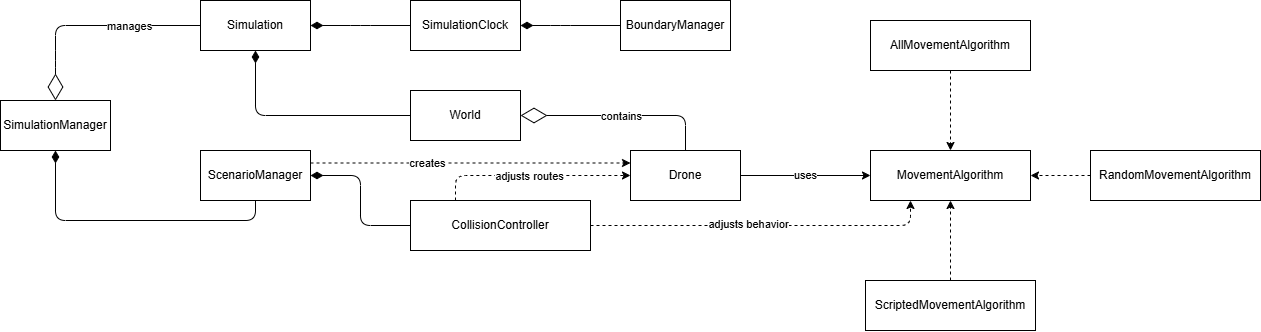
jsfmu/drone-swarm-simulator keeps this draw.io diagram as designs/simulation_ai_domain.drawio.png. Above is the earlier version. Source tidied: cells renumbered, new cells last; positions are measured from the earlier drawing's top-left corner, leaving out a move shared by most shapes. Its diagram source:
```xml
<mxGraphModel>
  <root>
    <mxCell id="0" />
    <mxCell id="1" parent="0" />
    <mxCell id="2" value="SimulationManager" style="html=1;whiteSpace=wrap;" parent="1" vertex="1">
      <mxGeometry y="100" width="110" height="50" as="geometry" />
    </mxCell>
    <mxCell id="3" value="Simulation" style="html=1;whiteSpace=wrap;" parent="1" vertex="1">
      <mxGeometry x="200" width="110" height="50" as="geometry" />
    </mxCell>
    <mxCell id="4" value="ScenarioManager" style="html=1;whiteSpace=wrap;" parent="1" vertex="1">
      <mxGeometry x="200" y="150" width="110" height="50" as="geometry" />
    </mxCell>
    <mxCell id="5" value="SimulationClock" style="html=1;whiteSpace=wrap;" parent="1" vertex="1">
      <mxGeometry x="410" width="110" height="50" as="geometry" />
    </mxCell>
    <mxCell id="6" value="World" style="html=1;whiteSpace=wrap;" parent="1" vertex="1">
      <mxGeometry x="410" y="90" width="110" height="50" as="geometry" />
    </mxCell>
    <mxCell id="7" value="CollisionController" style="html=1;whiteSpace=wrap;" parent="1" vertex="1">
      <mxGeometry x="410" y="200" width="180" height="50" as="geometry" />
    </mxCell>
    <mxCell id="8" value="BoundaryManager" style="html=1;whiteSpace=wrap;" parent="1" vertex="1">
      <mxGeometry x="620" width="110" height="50" as="geometry" />
    </mxCell>
    <mxCell id="9" style="html=1;startArrow=diamondThin;startFill=1;edgeStyle=elbowEdgeStyle;elbow=horizontal;startSize=10;endArrow=none;endFill=0;entryX=0.5;entryY=1;entryDx=0;entryDy=0;exitX=0.5;exitY=1;exitDx=0;exitDy=0;" parent="1" edge="1" source="2" target="4">
      <mxGeometry relative="1" as="geometry">
        <Array as="points">
          <mxPoint x="160" y="220" />
        </Array>
      </mxGeometry>
    </mxCell>
    <mxCell id="10" style="endArrow=diamondThin;endFill=0;endSize=24;html=1;exitX=0;exitY=0.5;exitDx=0;exitDy=0;entryX=0.5;entryY=0;entryDx=0;entryDy=0;" parent="1" edge="1" source="3" target="2">
      <mxGeometry relative="1" as="geometry">
        <Array as="points">
          <mxPoint x="55" y="25" />
          <mxPoint x="55" y="60" />
        </Array>
      </mxGeometry>
    </mxCell>
    <mxCell id="11" value="manages" style="edgeLabel;html=1;align=center;verticalAlign=middle;" parent="10" vertex="1">
      <mxGeometry x="-0.03" relative="1" as="geometry">
        <mxPoint x="34" as="offset" />
      </mxGeometry>
    </mxCell>
    <mxCell id="12" style="html=1;startArrow=diamondThin;startFill=1;edgeStyle=elbowEdgeStyle;elbow=horizontal;startSize=10;endArrow=none;endFill=0;entryX=0;entryY=0.5;entryDx=0;entryDy=0;exitX=1;exitY=0.5;exitDx=0;exitDy=0;" parent="1" edge="1" source="3" target="5">
      <mxGeometry relative="1" as="geometry">
        <Array as="points">
          <mxPoint x="360" y="30" />
        </Array>
      </mxGeometry>
    </mxCell>
    <mxCell id="13" style="html=1;startArrow=diamondThin;startFill=1;edgeStyle=elbowEdgeStyle;elbow=horizontal;startSize=10;endArrow=none;endFill=0;entryX=0;entryY=0.5;entryDx=0;entryDy=0;exitX=0.5;exitY=1;exitDx=0;exitDy=0;" parent="1" edge="1" source="3" target="6">
      <mxGeometry relative="1" as="geometry">
        <Array as="points">
          <mxPoint x="255" y="80" />
        </Array>
      </mxGeometry>
    </mxCell>
    <mxCell id="14" style="html=1;startArrow=diamondThin;startFill=1;edgeStyle=elbowEdgeStyle;elbow=horizontal;startSize=10;endArrow=none;endFill=0;entryX=0;entryY=0.5;entryDx=0;entryDy=0;exitX=1;exitY=0.5;exitDx=0;exitDy=0;" parent="1" edge="1" source="4" target="7">
      <mxGeometry relative="1" as="geometry">
        <Array as="points">
          <mxPoint x="360" y="190" />
        </Array>
      </mxGeometry>
    </mxCell>
    <mxCell id="15" style="html=1;startArrow=diamondThin;startFill=1;edgeStyle=elbowEdgeStyle;elbow=horizontal;startSize=10;endArrow=none;endFill=0;entryX=0;entryY=0.5;entryDx=0;entryDy=0;exitX=1;exitY=0.5;exitDx=0;exitDy=0;" parent="1" edge="1" source="5" target="8">
      <mxGeometry relative="1" as="geometry">
        <Array as="points">
          <mxPoint x="560" y="50" />
        </Array>
      </mxGeometry>
    </mxCell>
    <mxCell id="16" value="uses" style="edgeStyle=none;html=1;exitX=1;exitY=0.5;exitDx=0;exitDy=0;entryX=0;entryY=0.5;entryDx=0;entryDy=0;" parent="1" edge="1" source="17" target="24">
      <mxGeometry relative="1" as="geometry" />
    </mxCell>
    <mxCell id="17" value="Drone" style="html=1;whiteSpace=wrap;" parent="1" vertex="1">
      <mxGeometry x="630" y="150" width="110" height="50" as="geometry" />
    </mxCell>
    <mxCell id="18" style="endArrow=diamondThin;endFill=0;endSize=24;html=1;exitX=0.5;exitY=0;exitDx=0;exitDy=0;entryX=1;entryY=0.5;entryDx=0;entryDy=0;" parent="1" edge="1" source="17" target="6">
      <mxGeometry relative="1" as="geometry">
        <Array as="points">
          <mxPoint x="685" y="115" />
        </Array>
      </mxGeometry>
    </mxCell>
    <mxCell id="19" value="contains" style="edgeLabel;html=1;align=center;verticalAlign=middle;" parent="18" vertex="1">
      <mxGeometry x="0.05" y="-3" relative="1" as="geometry">
        <mxPoint x="5" y="3" as="offset" />
      </mxGeometry>
    </mxCell>
    <mxCell id="20" style="html=1;labelBackgroundColor=#ffffff;startArrow=none;startFill=0;startSize=6;endArrow=classic;endFill=1;endSize=6;jettySize=auto;strokeWidth=1;dashed=1;fontSize=14;exitX=1;exitY=0.25;exitDx=0;exitDy=0;entryX=0;entryY=0.25;entryDx=0;entryDy=0;" parent="1" edge="1" source="4" target="17">
      <mxGeometry relative="1" as="geometry" />
    </mxCell>
    <mxCell id="21" value="creates" style="edgeLabel;html=1;align=center;verticalAlign=middle;" parent="20" vertex="1">
      <mxGeometry x="-0.32" y="4" relative="1" as="geometry">
        <mxPoint x="8" y="4" as="offset" />
      </mxGeometry>
    </mxCell>
    <mxCell id="22" style="html=1;labelBackgroundColor=#ffffff;startArrow=none;startFill=0;startSize=6;endArrow=classic;endFill=1;endSize=6;jettySize=auto;strokeWidth=1;dashed=1;fontSize=14;exitX=0.25;exitY=0;exitDx=0;exitDy=0;entryX=0;entryY=0.5;entryDx=0;entryDy=0;" parent="1" edge="1" source="7" target="17">
      <mxGeometry relative="1" as="geometry">
        <Array as="points">
          <mxPoint x="455" y="175" />
        </Array>
      </mxGeometry>
    </mxCell>
    <mxCell id="23" value="adjusts routes" style="edgeLabel;html=1;align=center;verticalAlign=middle;" parent="22" vertex="1">
      <mxGeometry x="-0.01" relative="1" as="geometry" />
    </mxCell>
    <mxCell id="24" value="MovementAlgorithm" style="html=1;whiteSpace=wrap;" parent="1" vertex="1">
      <mxGeometry x="870" y="150" width="160" height="50" as="geometry" />
    </mxCell>
    <mxCell id="25" value="AllMovementAlgorithm" style="html=1;whiteSpace=wrap;" parent="1" vertex="1">
      <mxGeometry x="870" y="20" width="160" height="50" as="geometry" />
    </mxCell>
    <mxCell id="26" value="RandomMovementAlgorithm" style="html=1;whiteSpace=wrap;" parent="1" vertex="1">
      <mxGeometry x="1090" y="150" width="170" height="50" as="geometry" />
    </mxCell>
    <mxCell id="27" value="ScriptedMovementAlgorithm" style="html=1;whiteSpace=wrap;" parent="1" vertex="1">
      <mxGeometry x="865" y="280" width="170" height="50" as="geometry" />
    </mxCell>
    <mxCell id="28" style="html=1;labelBackgroundColor=#ffffff;startArrow=none;startFill=0;startSize=6;endArrow=classic;endFill=1;endSize=6;jettySize=auto;strokeWidth=1;dashed=1;fontSize=14;exitX=0.5;exitY=1;exitDx=0;exitDy=0;entryX=0.5;entryY=0;entryDx=0;entryDy=0;" parent="1" edge="1" source="25" target="24">
      <mxGeometry relative="1" as="geometry" />
    </mxCell>
    <mxCell id="29" style="html=1;labelBackgroundColor=#ffffff;startArrow=none;startFill=0;startSize=6;endArrow=classic;endFill=1;endSize=6;jettySize=auto;strokeWidth=1;dashed=1;fontSize=14;exitX=0;exitY=0.5;exitDx=0;exitDy=0;entryX=1;entryY=0.5;entryDx=0;entryDy=0;" parent="1" edge="1" source="26" target="24">
      <mxGeometry relative="1" as="geometry" />
    </mxCell>
    <mxCell id="30" style="html=1;labelBackgroundColor=#ffffff;startArrow=none;startFill=0;startSize=6;endArrow=classic;endFill=1;endSize=6;jettySize=auto;strokeWidth=1;dashed=1;fontSize=14;exitX=0.5;exitY=0;exitDx=0;exitDy=0;entryX=0.5;entryY=1;entryDx=0;entryDy=0;" parent="1" edge="1" source="27" target="24">
      <mxGeometry relative="1" as="geometry" />
    </mxCell>
    <mxCell id="31" style="html=1;labelBackgroundColor=#ffffff;startArrow=none;startFill=0;startSize=6;endArrow=classic;endFill=1;endSize=6;jettySize=auto;strokeWidth=1;dashed=1;fontSize=14;exitX=1;exitY=0.5;exitDx=0;exitDy=0;entryX=0.25;entryY=1;entryDx=0;entryDy=0;" parent="1" edge="1" source="7" target="24">
      <mxGeometry relative="1" as="geometry">
        <Array as="points">
          <mxPoint x="910" y="225" />
        </Array>
      </mxGeometry>
    </mxCell>
    <mxCell id="32" value="adjusts behavior" style="edgeLabel;html=1;align=center;verticalAlign=middle;" parent="31" vertex="1">
      <mxGeometry x="-0.08" y="2" relative="1" as="geometry" />
    </mxCell>
  </root>
</mxGraphModel>
```
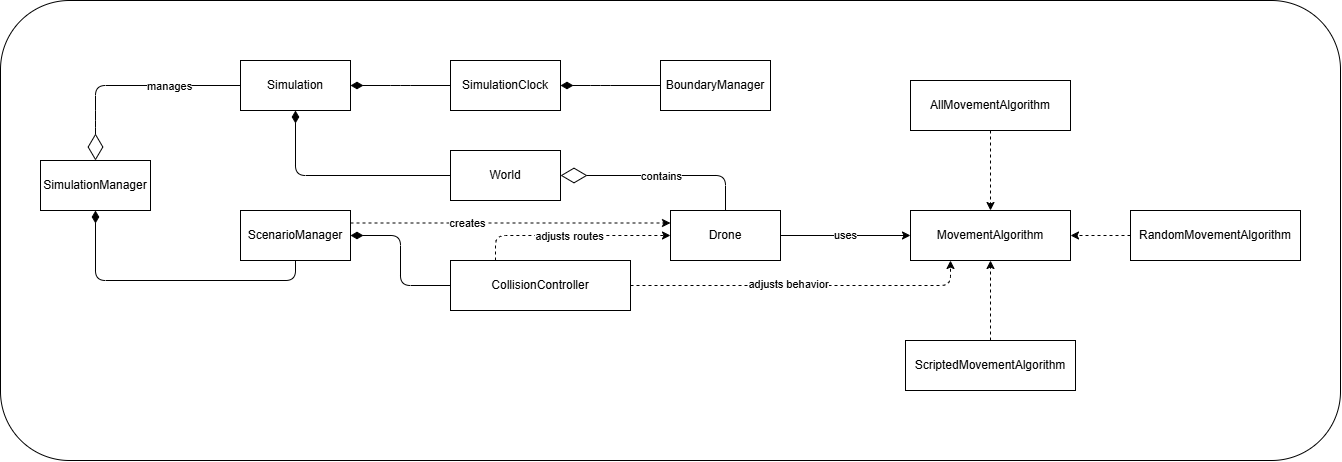
The same diagram one commit later.

Commit message:
Added backing for github readability

What changed in the source:
```diff
@@ -2,6 +2,9 @@
   <root>
     <mxCell id="0" />
     <mxCell id="1" parent="0" />
+    <mxCell id="33" style="rounded=1;whiteSpace=wrap;html=1;" parent="1" vertex="1">
+      <mxGeometry x="-40" y="-60" width="1340" height="460" as="geometry" />
+    </mxCell>
     <mxCell id="2" value="SimulationManager" style="html=1;whiteSpace=wrap;" parent="1" vertex="1">
       <mxGeometry y="100" width="110" height="50" as="geometry" />
     </mxCell>
```
